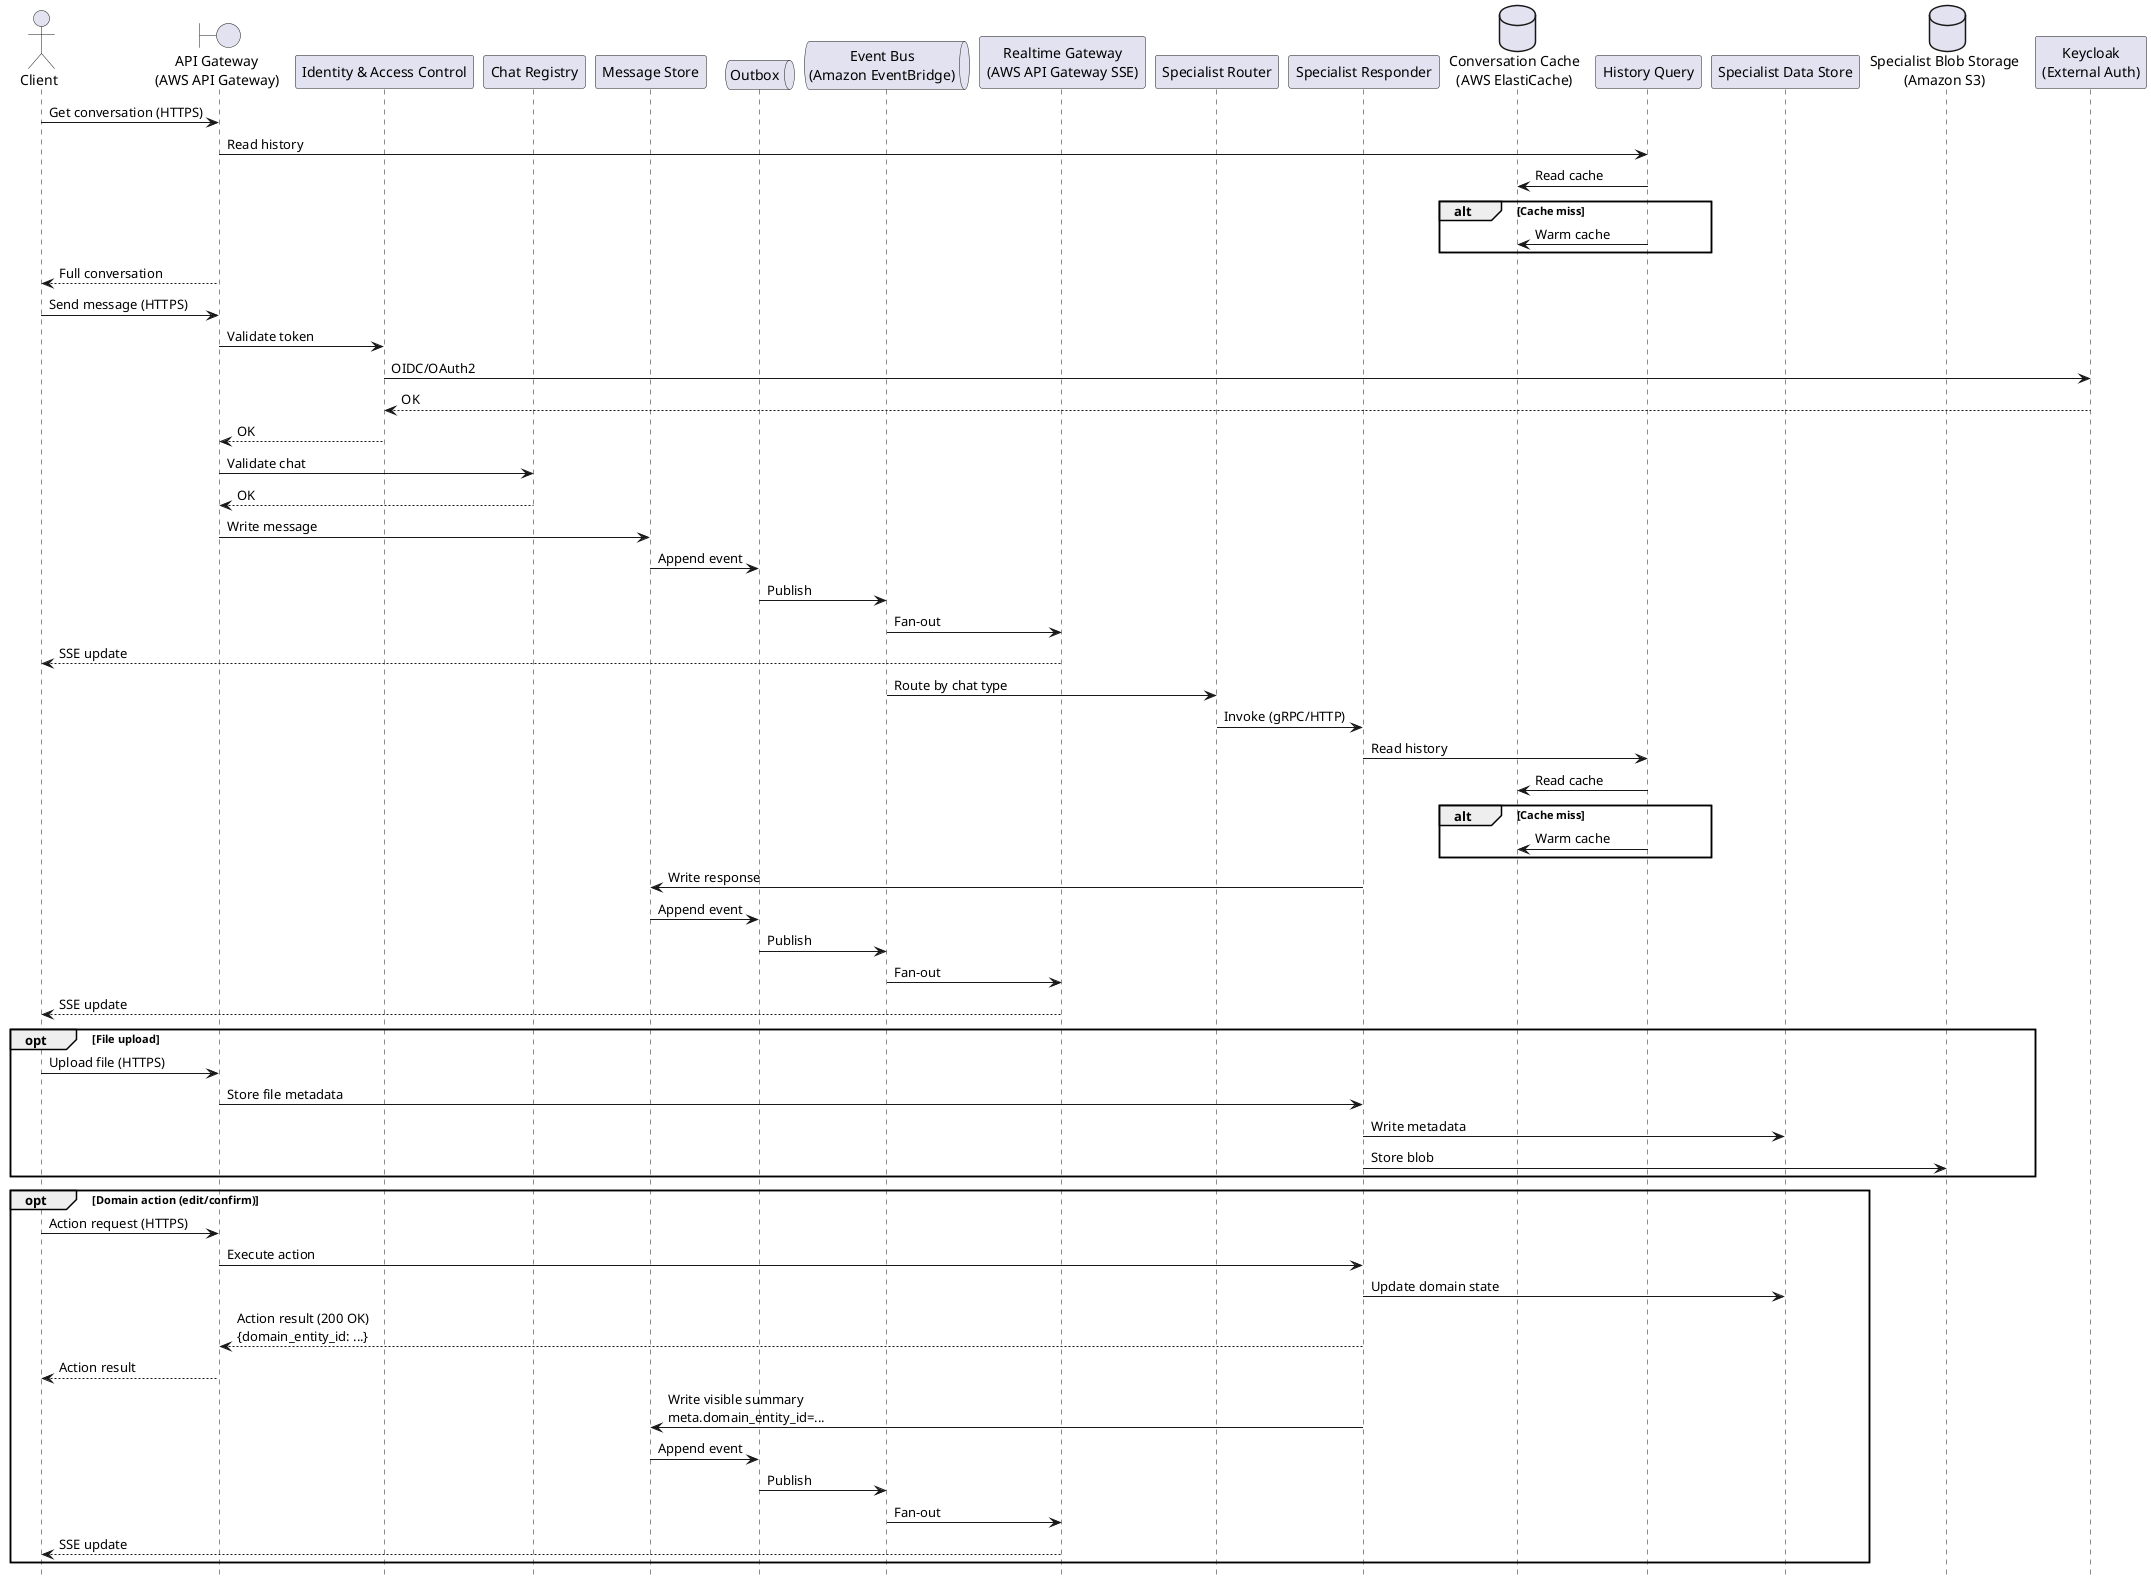
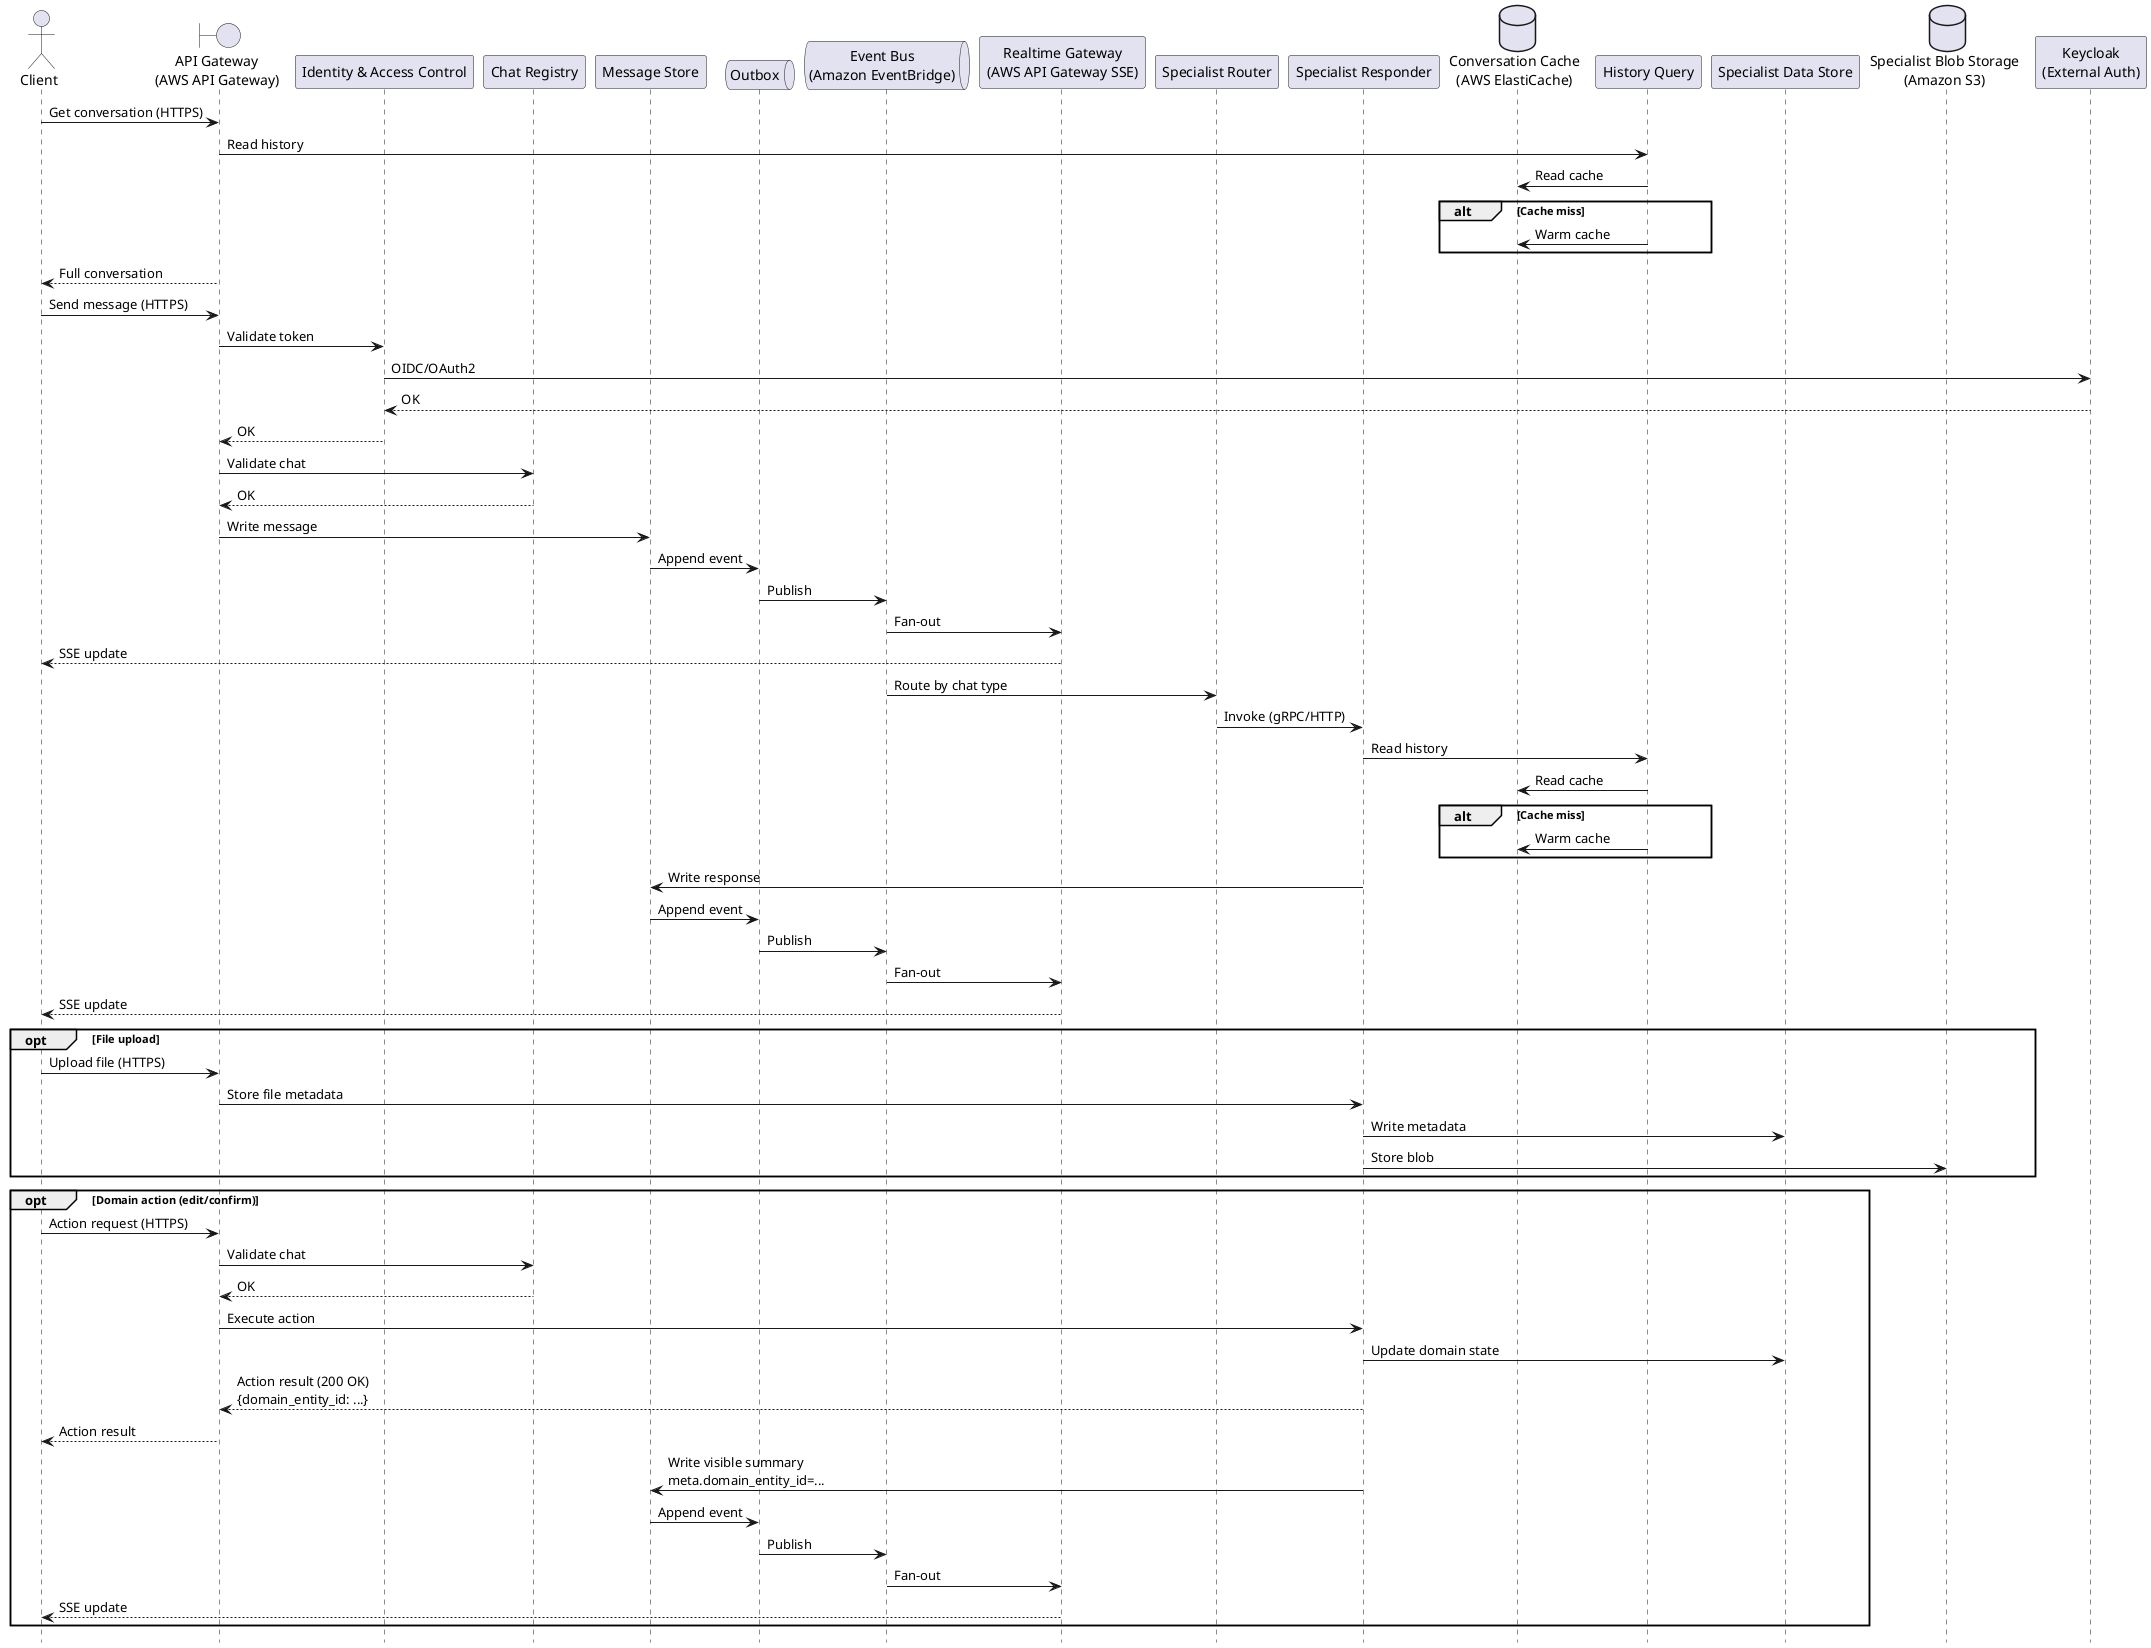
@startuml
hide footbox

actor Client
boundary "API Gateway\n(AWS API Gateway)" as APIGW
participant "Identity & Access Control" as IAM
participant "Chat Registry" as ChatReg
participant "Message Store" as MsgStore
queue "Outbox" as Outbox
queue "Event Bus\n(Amazon EventBridge)" as EventBus
participant "Realtime Gateway\n(AWS API Gateway SSE)" as RTGW
participant "Specialist Router" as Router
participant "Specialist Responder" as Specialist
database "Conversation Cache\n(AWS ElastiCache)" as Cache
participant "History Query" as History
participant "Specialist Data Store" as SpecDB
database "Specialist Blob Storage\n(Amazon S3)" as SpecBlob

participant "Keycloak\n(External Auth)" as Keycloak

Client -> APIGW : Get conversation (HTTPS)
APIGW -> History : Read history
History -> Cache : Read cache
alt Cache miss
  History -> Cache : Warm cache
end
APIGW --> Client : Full conversation

Client -> APIGW : Send message (HTTPS)
APIGW -> IAM : Validate token
IAM -> Keycloak : OIDC/OAuth2
Keycloak --> IAM : OK
IAM --> APIGW : OK
APIGW -> ChatReg : Validate chat
ChatReg --> APIGW : OK
APIGW -> MsgStore : Write message
MsgStore -> Outbox : Append event
Outbox -> EventBus : Publish
EventBus -> RTGW : Fan-out
RTGW --> Client : SSE update

EventBus -> Router : Route by chat type
Router -> Specialist : Invoke (gRPC/HTTP)

Specialist -> History : Read history
History -> Cache : Read cache
alt Cache miss
  History -> Cache : Warm cache
end
Specialist -> MsgStore : Write response
MsgStore -> Outbox : Append event
Outbox -> EventBus : Publish
EventBus -> RTGW : Fan-out
RTGW --> Client : SSE update

opt File upload
  Client -> APIGW : Upload file (HTTPS)
  APIGW -> Specialist : Store file metadata
  Specialist -> SpecDB : Write metadata
  Specialist -> SpecBlob : Store blob
end

opt Domain action (edit/confirm)
  Client -> APIGW : Action request (HTTPS)
+   APIGW -> ChatReg : Validate chat
+   ChatReg --> APIGW : OK
  APIGW -> Specialist : Execute action
  Specialist -> SpecDB : Update domain state
  Specialist --> APIGW : Action result (200 OK)\n{domain_entity_id: ...}
  APIGW --> Client : Action result
  Specialist -> MsgStore : Write visible summary\nmeta.domain_entity_id=...
  MsgStore -> Outbox : Append event
  Outbox -> EventBus : Publish
  EventBus -> RTGW : Fan-out
  RTGW --> Client : SSE update
end

@enduml
